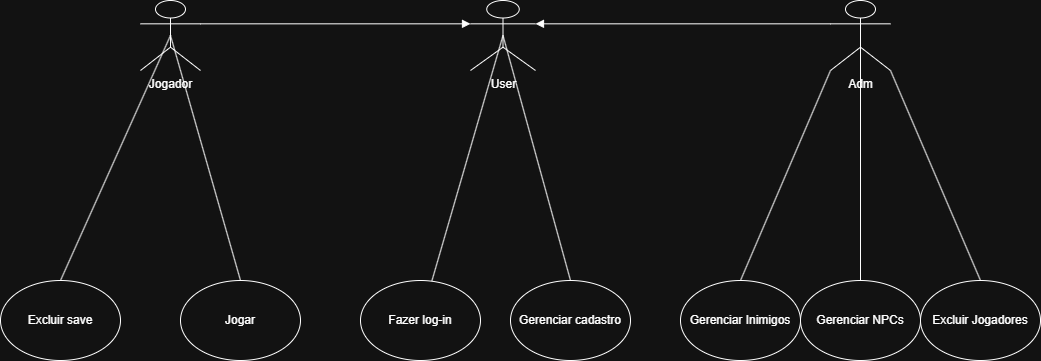
cp2-dc-info-projeto-final/safigames keeps this draw.io diagram as doc/diagramas/diagrama final de casos de uso.drawio.png. Above is the earlier version. Source tidied: cells renumbered, new cells last; positions are measured from the earlier drawing's top-left corner, leaving out a move shared by most shapes.
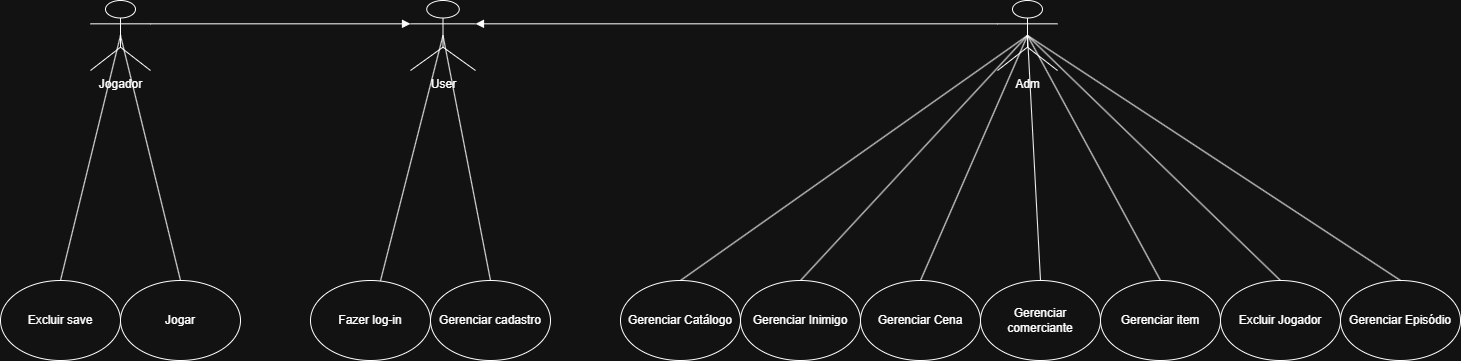
Later version of the same file.

Commit message:
Atualizamos o diagrama

Change to the diagram source:
```diff
@@ -2,38 +2,44 @@
   <root>
     <mxCell id="0" />
     <mxCell id="1" parent="0" />
-    <mxCell id="2" style="rounded=0;jettySize=auto;html=1;exitX=0;exitY=1;exitDx=0;exitDy=0;exitPerimeter=0;entryX=0.5;entryY=0;entryDx=0;entryDy=0;endArrow=none;endFill=0;" parent="1" edge="1" source="4" target="11">
+    <mxCell id="2" style="rounded=0;jettySize=auto;html=1;exitX=0.5;exitY=0.5;exitDx=0;exitDy=0;exitPerimeter=0;entryX=0.5;entryY=0;entryDx=0;entryDy=0;endArrow=none;endFill=0;" parent="1" edge="1" source="4" target="11">
       <mxGeometry relative="1" as="geometry" />
     </mxCell>
-    <mxCell id="3" style="edgeStyle=orthogonalEdgeStyle;rounded=0;jettySize=auto;html=1;exitX=0.5;exitY=0.5;exitDx=0;exitDy=0;exitPerimeter=0;entryX=0.5;entryY=0;entryDx=0;entryDy=0;endArrow=none;endFill=0;" parent="1" edge="1" source="4" target="10">
+    <mxCell id="3" style="rounded=0;jettySize=auto;html=1;exitX=0.5;exitY=0.5;exitDx=0;exitDy=0;exitPerimeter=0;entryX=0.5;entryY=0;entryDx=0;entryDy=0;endArrow=none;endFill=0;" parent="1" edge="1" source="4" target="10">
       <mxGeometry relative="1" as="geometry" />
     </mxCell>
+    <mxCell id="22" style="rounded=0;jettySize=auto;html=1;exitX=0.5;exitY=0.5;exitDx=0;exitDy=0;exitPerimeter=0;entryX=0.5;entryY=0;entryDx=0;entryDy=0;endArrow=none;endFill=0;" parent="1" edge="1" source="4" target="24">
+      <mxGeometry relative="1" as="geometry" />
+    </mxCell>
+    <mxCell id="23" style="rounded=0;jettySize=auto;html=1;exitX=0.5;exitY=0.5;exitDx=0;exitDy=0;exitPerimeter=0;entryX=0.5;entryY=0;entryDx=0;entryDy=0;endArrow=none;endFill=0;" parent="1" edge="1" source="4" target="25">
+      <mxGeometry relative="1" as="geometry" />
+    </mxCell>
     <mxCell id="4" value="&lt;div&gt;Adm&lt;/div&gt;" style="shape=umlActor;verticalLabelPosition=bottom;verticalAlign=top;html=1;outlineConnect=0;" parent="1" vertex="1">
-      <mxGeometry x="830" width="60" height="70" as="geometry" />
+      <mxGeometry x="1067" width="60" height="70" as="geometry" />
     </mxCell>
     <mxCell id="5" style="rounded=0;jettySize=auto;html=1;exitX=0.5;exitY=0.5;exitDx=0;exitDy=0;exitPerimeter=0;entryX=0.5;entryY=0;entryDx=0;entryDy=0;endArrow=none;endFill=0;" parent="1" edge="1" source="6" target="12">
       <mxGeometry relative="1" as="geometry" />
     </mxCell>
     <mxCell id="6" value="Jogador" style="shape=umlActor;verticalLabelPosition=bottom;verticalAlign=top;html=1;outlineConnect=0;" parent="1" vertex="1">
-      <mxGeometry x="140" width="60" height="70" as="geometry" />
+      <mxGeometry x="160" width="60" height="70" as="geometry" />
     </mxCell>
-    <mxCell id="7" value="Excluir Jogadores" style="ellipse;whiteSpace=wrap;html=1;" parent="1" vertex="1">
-      <mxGeometry x="920" y="280" width="120" height="80" as="geometry" />
+    <mxCell id="7" value="Excluir Jogador" style="ellipse;whiteSpace=wrap;html=1;" parent="1" vertex="1">
+      <mxGeometry x="1290" y="280" width="120" height="80" as="geometry" />
     </mxCell>
-    <mxCell id="8" style="rounded=0;jettySize=auto;html=1;exitX=1;exitY=1;exitDx=0;exitDy=0;exitPerimeter=0;entryX=0.5;entryY=0;entryDx=0;entryDy=0;endArrow=none;endFill=0;" parent="1" edge="1" source="4" target="7">
+    <mxCell id="8" style="rounded=0;jettySize=auto;html=1;exitX=0.5;exitY=0.5;exitDx=0;exitDy=0;exitPerimeter=0;entryX=0.5;entryY=0;entryDx=0;entryDy=0;endArrow=none;endFill=0;" parent="1" edge="1" source="4" target="7">
       <mxGeometry relative="1" as="geometry" />
     </mxCell>
     <mxCell id="9" value="Gerenciar cadastro" style="ellipse;whiteSpace=wrap;html=1;" parent="1" vertex="1">
-      <mxGeometry x="510" y="280" width="120" height="80" as="geometry" />
+      <mxGeometry x="500" y="280" width="120" height="80" as="geometry" />
     </mxCell>
-    <mxCell id="10" value="Gerenciar NPCs" style="ellipse;whiteSpace=wrap;html=1;" parent="1" vertex="1">
-      <mxGeometry x="800" y="280" width="120" height="80" as="geometry" />
+    <mxCell id="10" value="Gerenciar Cena" style="ellipse;whiteSpace=wrap;html=1;" parent="1" vertex="1">
+      <mxGeometry x="930" y="280" width="120" height="80" as="geometry" />
     </mxCell>
-    <mxCell id="11" value="Gerenciar&lt;span style=&quot;background-color: transparent; color: light-dark(rgb(0, 0, 0), rgb(255, 255, 255));&quot;&gt;&amp;nbsp;Inimigos&lt;/span&gt;" style="ellipse;whiteSpace=wrap;html=1;" parent="1" vertex="1">
-      <mxGeometry x="680" y="280" width="120" height="80" as="geometry" />
+    <mxCell id="11" value="Gerenciar&lt;span style=&quot;background-color: transparent; color: light-dark(rgb(0, 0, 0), rgb(255, 255, 255));&quot;&gt;&amp;nbsp;Inimigo&lt;/span&gt;" style="ellipse;whiteSpace=wrap;html=1;" parent="1" vertex="1">
+      <mxGeometry x="810" y="280" width="120" height="80" as="geometry" />
     </mxCell>
     <mxCell id="12" value="Excluir save" style="ellipse;whiteSpace=wrap;html=1;" parent="1" vertex="1">
-      <mxGeometry y="280" width="120" height="80" as="geometry" />
+      <mxGeometry x="70" y="280" width="120" height="80" as="geometry" />
     </mxCell>
     <mxCell id="13" style="rounded=0;jettySize=auto;html=1;exitX=0.5;exitY=0.5;exitDx=0;exitDy=0;exitPerimeter=0;entryX=0.5;entryY=0;entryDx=0;entryDy=0;endArrow=none;endFill=0;" parent="1" edge="1" source="15" target="9">
       <mxGeometry relative="1" as="geometry" />
@@ -42,7 +48,7 @@
       <mxGeometry relative="1" as="geometry" />
     </mxCell>
     <mxCell id="15" value="User" style="shape=umlActor;verticalLabelPosition=bottom;verticalAlign=top;html=1;outlineConnect=0;" parent="1" vertex="1">
-      <mxGeometry x="470" width="65" height="70" as="geometry" />
+      <mxGeometry x="480" width="65" height="70" as="geometry" />
     </mxCell>
     <mxCell id="16" style="rounded=0;jettySize=auto;html=1;exitX=0;exitY=0.3333333333333333;exitDx=0;exitDy=0;exitPerimeter=0;entryX=1;entryY=0.3333333333333333;entryDx=0;entryDy=0;entryPerimeter=0;endArrow=block;endFill=1;" parent="1" edge="1" source="4" target="15">
       <mxGeometry relative="1" as="geometry" />
@@ -51,18 +57,31 @@
       <mxGeometry relative="1" as="geometry" />
     </mxCell>
     <mxCell id="18" value="Jogar" style="ellipse;whiteSpace=wrap;html=1;" parent="1" vertex="1">
-      <mxGeometry x="180" y="280" width="120" height="80" as="geometry" />
+      <mxGeometry x="190" y="280" width="120" height="80" as="geometry" />
     </mxCell>
     <mxCell id="19" style="rounded=0;jettySize=auto;html=1;exitX=0.5;exitY=0;exitDx=0;exitDy=0;entryX=0.5;entryY=0.5;entryDx=0;entryDy=0;entryPerimeter=0;endArrow=none;endFill=0;" parent="1" edge="1" source="18" target="6">
       <mxGeometry relative="1" as="geometry" />
     </mxCell>
     <mxCell id="20" value="Fazer log-in" style="ellipse;whiteSpace=wrap;html=1;" parent="1" vertex="1">
-      <mxGeometry x="360" y="280" width="120" height="80" as="geometry" />
+      <mxGeometry x="380" y="280" width="120" height="80" as="geometry" />
     </mxCell>
-    <mxCell id="21" style="edgeStyle=orthogonalEdgeStyle;rounded=0;jettySize=auto;html=1;entryX=0;entryY=1;entryDx=0;entryDy=0;entryPerimeter=0;" parent="1" edge="1" target="6">
-      <mxGeometry relative="1" as="geometry">
-        <mxPoint x="140" y="70" as="sourcePoint" />
-      </mxGeometry>
-    </mxCell>
+    <mxCell id="24" value="Gerenciar comerciante" style="ellipse;whiteSpace=wrap;html=1;" parent="1" vertex="1">
+      <mxGeometry x="1050" y="280" width="120" height="80" as="geometry" />
+    </mxCell>
+    <mxCell id="25" value="Gerenciar item" style="ellipse;whiteSpace=wrap;html=1;" parent="1" vertex="1">
+      <mxGeometry x="1170" y="280" width="120" height="80" as="geometry" />
+    </mxCell>
+    <mxCell id="26" value="Gerenciar&lt;span style=&quot;background-color: transparent; color: light-dark(rgb(0, 0, 0), rgb(255, 255, 255));&quot;&gt;&amp;nbsp;Catálogo&lt;/span&gt;" style="ellipse;whiteSpace=wrap;html=1;" parent="1" vertex="1">
+      <mxGeometry x="690" y="280" width="120" height="80" as="geometry" />
+    </mxCell>
+    <mxCell id="27" style="rounded=0;jettySize=auto;html=1;entryX=0.5;entryY=0.5;entryDx=0;entryDy=0;entryPerimeter=0;exitX=0.5;exitY=0;exitDx=0;exitDy=0;endArrow=none;endFill=0;" parent="1" edge="1" source="26" target="4">
+      <mxGeometry relative="1" as="geometry" />
+    </mxCell>
+    <mxCell id="28" value="Gerenciar&lt;span style=&quot;background-color: transparent; color: light-dark(rgb(0, 0, 0), rgb(255, 255, 255));&quot;&gt;&amp;nbsp;Episódio&lt;/span&gt;" style="ellipse;whiteSpace=wrap;html=1;" parent="1" vertex="1">
+      <mxGeometry x="1410" y="280" width="120" height="80" as="geometry" />
+    </mxCell>
+    <mxCell id="29" style="rounded=0;jettySize=auto;html=1;entryX=0.5;entryY=0.5;entryDx=0;entryDy=0;entryPerimeter=0;exitX=0.5;exitY=0;exitDx=0;exitDy=0;endArrow=none;endFill=0;" parent="1" edge="1" source="28" target="4">
+      <mxGeometry relative="1" as="geometry" />
+    </mxCell>
   </root>
 </mxGraphModel>
```
